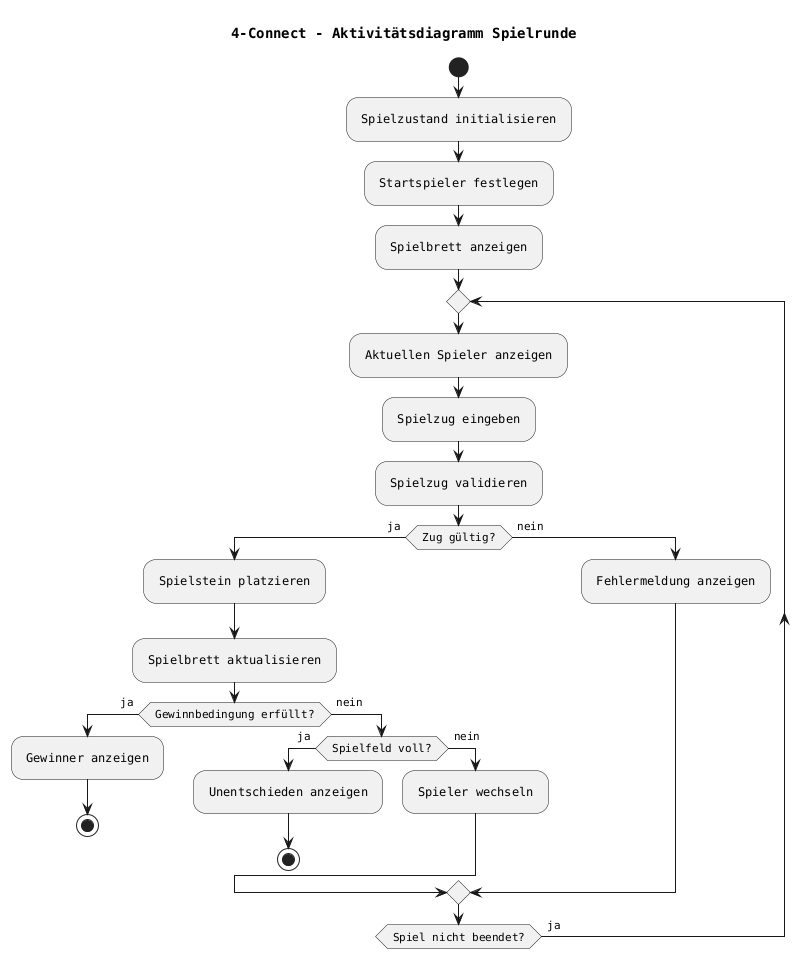
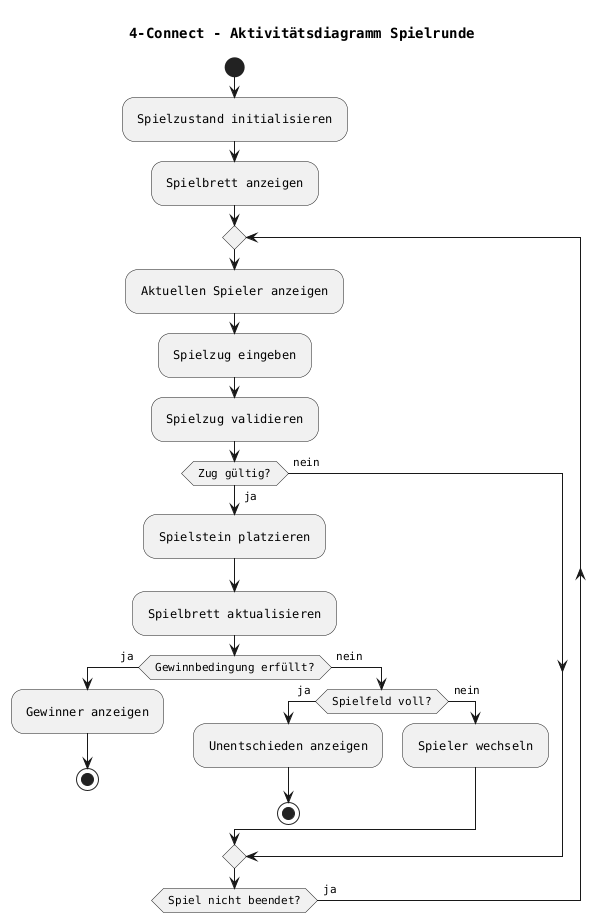
@startuml
title 4-Connect - Aktivitätsdiagramm Spielrunde

skinparam defaultFontName Monospaced
skinparam nodesep 300
skinparam ranksep 100
skinparam padding 5

start

:Spielzustand initialisieren;
- :Startspieler festlegen;
:Spielbrett anzeigen;

repeat
  :Aktuellen Spieler anzeigen;
  :Spielzug eingeben;
  :Spielzug validieren;

  if (Zug gültig?) then (ja)
    :Spielstein platzieren;
    :Spielbrett aktualisieren;

    if (Gewinnbedingung erfüllt?) then (ja)
      :Gewinner anzeigen;
      stop
    else (nein)
      if (Spielfeld voll?) then (ja)
        :Unentschieden anzeigen;
        stop
      else (nein)
        :Spieler wechseln;
      endif
    endif

  else (nein)
-     :Fehlermeldung anzeigen;
  endif

repeat while (Spiel nicht beendet?) is (ja)

- @enduml+ @enduml
